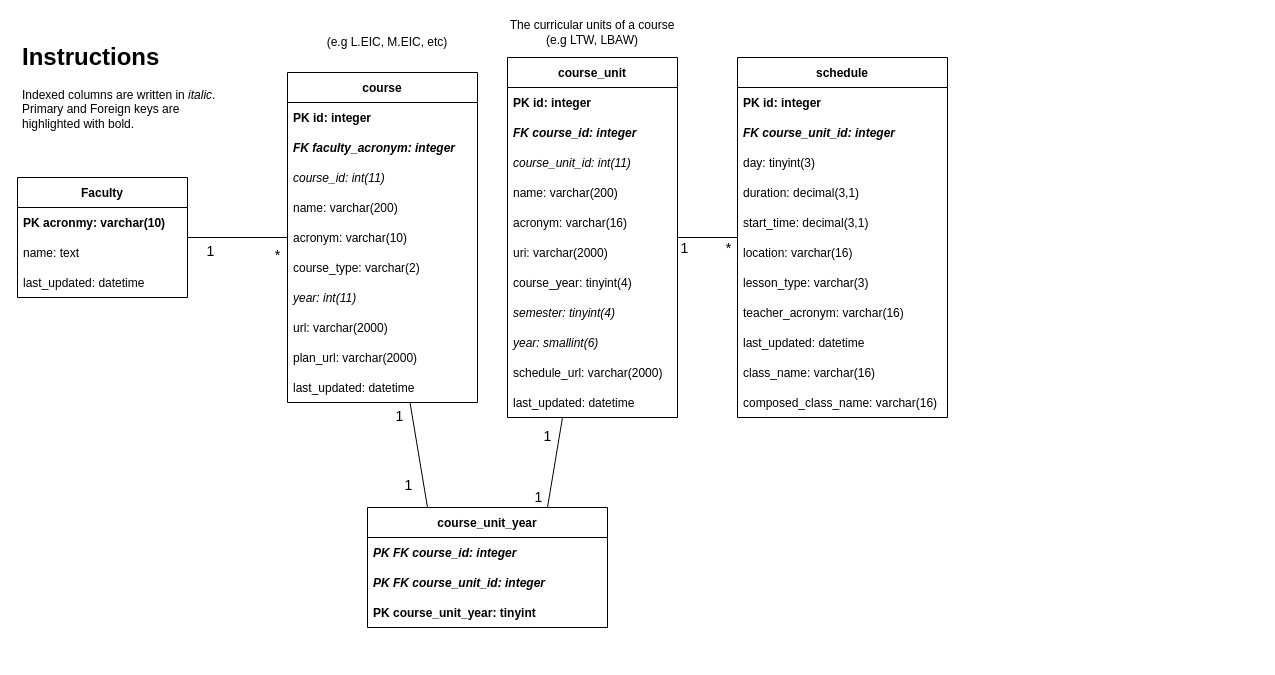
NIAEFEUP/uporto-schedule-scrapper keeps this draw.io diagram as docs/schema.drawio. Above is the earlier version. Source tidied: cells renumbered, new cells numbered last; positions are measured from the earlier drawing's top-left corner, leaving out a move shared by most shapes. Both pictures are drawn from the tidied source at 100%, with x=0, y=0 at pixel (17, 17).
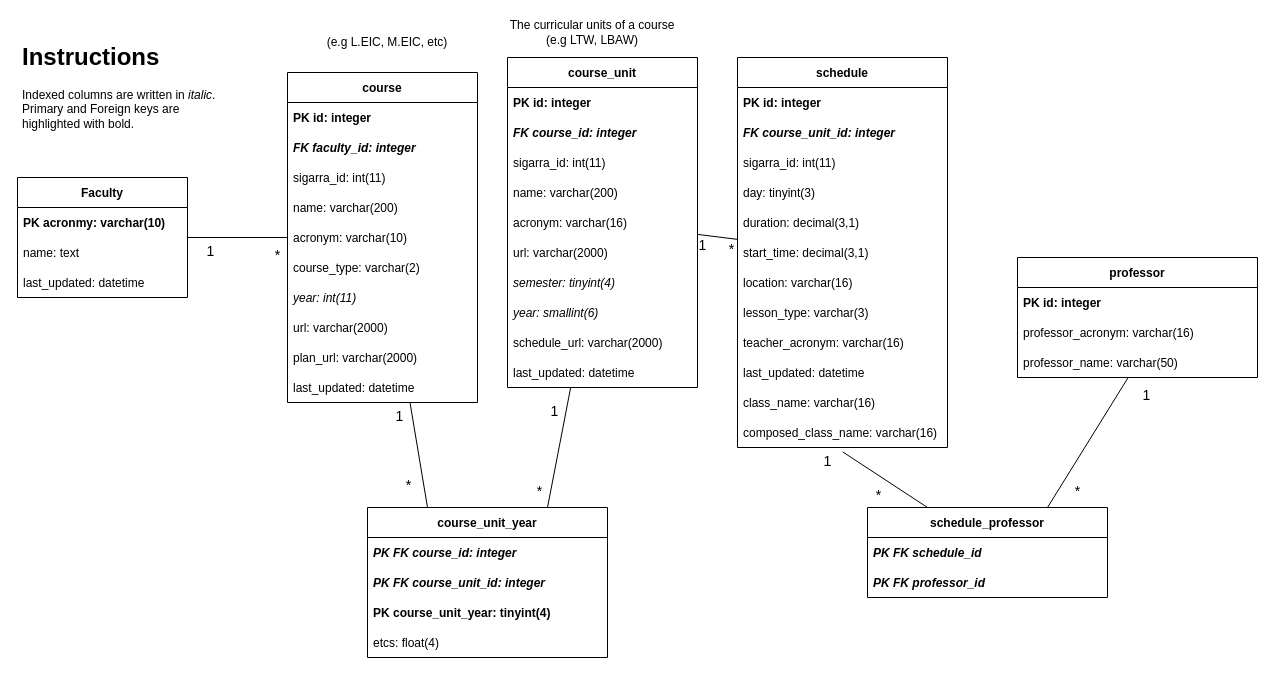
The same page after the edit.

The change refers to these unchanged cells:
```xml
<mxCell id="31" value="course" style="swimlane;fontStyle=1;horizontal=1;startSize=30;" parent="1" vertex="1">
  <mxGeometry x="270" y="55" width="190" height="330" as="geometry" />
</mxCell>
<mxCell id="54" style="endArrow=none;html=1;rounded=0;exitX=0.25;exitY=0;exitDx=0;exitDy=0;" parent="1" edge="1" source="50" target="31">
  <mxGeometry relative="1" as="geometry" />
</mxCell>
<mxCell id="57" style="endArrow=none;html=1;rounded=0;exitX=0.75;exitY=0;exitDx=0;exitDy=0;" parent="1" edge="1" source="50" target="2">
  <mxGeometry relative="1" as="geometry" />
</mxCell>
```

The edit, as a diff of the source:
```diff
@@
     <mxCell id="2" value="course_unit" style="swimlane;fontStyle=1;horizontal=1;startSize=30;" parent="1" vertex="1">
-      <mxGeometry x="490" y="40" width="170" height="360" as="geometry" />
+      <mxGeometry x="490" y="40" width="190" height="330" as="geometry" />
     </mxCell>
     <mxCell id="3" value="PK id: integer" style="text;strokeColor=none;fillColor=none;align=left;verticalAlign=middle;spacingLeft=4;spacingRight=4;overflow=hidden;fontStyle=1;" parent="2" vertex="1">
-      <mxGeometry y="30" width="170" height="30" as="geometry" />
+      <mxGeometry y="30" width="190" height="30" as="geometry" />
     </mxCell>
     <mxCell id="4" value="FK course_id: integer" style="text;strokeColor=none;fillColor=none;align=left;verticalAlign=middle;spacingLeft=4;spacingRight=4;overflow=hidden;fontStyle=3;" parent="2" vertex="1">
-      <mxGeometry y="60" width="170" height="30" as="geometry" />
+      <mxGeometry y="60" width="190" height="30" as="geometry" />
     </mxCell>
-    <mxCell id="5" value="course_unit_id: int(11)" style="text;strokeColor=none;fillColor=none;align=left;verticalAlign=middle;spacingLeft=4;spacingRight=4;overflow=hidden;fontStyle=2;" parent="2" vertex="1">
-      <mxGeometry y="90" width="170" height="30" as="geometry" />
+    <mxCell id="5" value="sigarra_id: int(11)" style="text;strokeColor=none;fillColor=none;align=left;verticalAlign=middle;spacingLeft=4;spacingRight=4;overflow=hidden;fontStyle=0;" parent="2" vertex="1">
+      <mxGeometry y="90" width="190" height="30" as="geometry" />
     </mxCell>
     <mxCell id="6" value="name: varchar(200)" style="text;strokeColor=none;fillColor=none;align=left;verticalAlign=middle;spacingLeft=4;spacingRight=4;overflow=hidden;" parent="2" vertex="1">
-      <mxGeometry y="120" width="170" height="30" as="geometry" />
+      <mxGeometry y="120" width="190" height="30" as="geometry" />
     </mxCell>
     <mxCell id="7" value="acronym: varchar(16)" style="text;strokeColor=none;fillColor=none;align=left;verticalAlign=middle;spacingLeft=4;spacingRight=4;overflow=hidden;" parent="2" vertex="1">
-      <mxGeometry y="150" width="170" height="30" as="geometry" />
+      <mxGeometry y="150" width="190" height="30" as="geometry" />
     </mxCell>
-    <mxCell id="8" value="uri: varchar(2000)" style="text;strokeColor=none;fillColor=none;align=left;verticalAlign=middle;spacingLeft=4;spacingRight=4;overflow=hidden;" parent="2" vertex="1">
-      <mxGeometry y="180" width="170" height="30" as="geometry" />
+    <mxCell id="8" value="url: varchar(2000)" style="text;strokeColor=none;fillColor=none;align=left;verticalAlign=middle;spacingLeft=4;spacingRight=4;overflow=hidden;" parent="2" vertex="1">
+      <mxGeometry y="180" width="190" height="30" as="geometry" />
     </mxCell>
-    <mxCell id="9" value="course_year: tinyint(4)" style="text;strokeColor=none;fillColor=none;align=left;verticalAlign=middle;spacingLeft=4;spacingRight=4;overflow=hidden;" parent="2" vertex="1">
-      <mxGeometry y="210" width="170" height="30" as="geometry" />
-    </mxCell>
     <mxCell id="10" value="semester: tinyint(4)" style="text;strokeColor=none;fillColor=none;align=left;verticalAlign=middle;spacingLeft=4;spacingRight=4;overflow=hidden;fontStyle=2;" parent="2" vertex="1">
-      <mxGeometry y="240" width="170" height="30" as="geometry" />
+      <mxGeometry y="210" width="190" height="30" as="geometry" />
     </mxCell>
     <mxCell id="11" value="year: smallint(6)" style="text;strokeColor=none;fillColor=none;align=left;verticalAlign=middle;spacingLeft=4;spacingRight=4;overflow=hidden;fontStyle=2;" parent="2" vertex="1">
-      <mxGeometry y="270" width="170" height="30" as="geometry" />
+      <mxGeometry y="240" width="190" height="30" as="geometry" />
     </mxCell>
     <mxCell id="12" value="schedule_url: varchar(2000)" style="text;strokeColor=none;fillColor=none;align=left;verticalAlign=middle;spacingLeft=4;spacingRight=4;overflow=hidden;" parent="2" vertex="1">
-      <mxGeometry y="300" width="170" height="30" as="geometry" />
+      <mxGeometry y="270" width="190" height="30" as="geometry" />
     </mxCell>
     <mxCell id="13" value="last_updated: datetime" style="text;strokeColor=none;fillColor=none;align=left;verticalAlign=middle;spacingLeft=4;spacingRight=4;overflow=hidden;" parent="2" vertex="1">
-      <mxGeometry y="330" width="170" height="30" as="geometry" />
+      <mxGeometry y="300" width="190" height="30" as="geometry" />
     </mxCell>
@@
     <mxCell id="19" value="schedule" style="swimlane;fontStyle=1;horizontal=1;startSize=30;" parent="1" vertex="1">
-      <mxGeometry x="720" y="40" width="210" height="360" as="geometry" />
+      <mxGeometry x="720" y="40" width="210" height="390" as="geometry" />
     </mxCell>
@@
+    <mxCell id="60" value="sigarra_id: int(11)" style="text;strokeColor=none;fillColor=none;align=left;verticalAlign=middle;spacingLeft=4;spacingRight=4;overflow=hidden;fontStyle=0;" parent="19" vertex="1">
+      <mxGeometry y="90" width="210" height="30" as="geometry" />
+    </mxCell>
     <mxCell id="22" value="day: tinyint(3)" style="text;strokeColor=none;fillColor=none;align=left;verticalAlign=middle;spacingLeft=4;spacingRight=4;overflow=hidden;" parent="19" vertex="1">
-      <mxGeometry y="90" width="210" height="30" as="geometry" />
+      <mxGeometry y="120" width="210" height="30" as="geometry" />
     </mxCell>
     <mxCell id="23" value="duration: decimal(3,1)" style="text;strokeColor=none;fillColor=none;align=left;verticalAlign=middle;spacingLeft=4;spacingRight=4;overflow=hidden;" parent="19" vertex="1">
-      <mxGeometry y="120" width="210" height="30" as="geometry" />
+      <mxGeometry y="150" width="210" height="30" as="geometry" />
     </mxCell>
     <mxCell id="24" value="start_time: decimal(3,1)" style="text;strokeColor=none;fillColor=none;align=left;verticalAlign=middle;spacingLeft=4;spacingRight=4;overflow=hidden;" parent="19" vertex="1">
-      <mxGeometry y="150" width="210" height="30" as="geometry" />
+      <mxGeometry y="180" width="210" height="30" as="geometry" />
     </mxCell>
     <mxCell id="25" value="location: varchar(16)" style="text;strokeColor=none;fillColor=none;align=left;verticalAlign=middle;spacingLeft=4;spacingRight=4;overflow=hidden;" parent="19" vertex="1">
-      <mxGeometry y="180" width="210" height="30" as="geometry" />
+      <mxGeometry y="210" width="210" height="30" as="geometry" />
     </mxCell>
     <mxCell id="26" value="lesson_type: varchar(3)" style="text;strokeColor=none;fillColor=none;align=left;verticalAlign=middle;spacingLeft=4;spacingRight=4;overflow=hidden;" parent="19" vertex="1">
-      <mxGeometry y="210" width="210" height="30" as="geometry" />
+      <mxGeometry y="240" width="210" height="30" as="geometry" />
     </mxCell>
     <mxCell id="27" value="teacher_acronym: varchar(16)" style="text;strokeColor=none;fillColor=none;align=left;verticalAlign=middle;spacingLeft=4;spacingRight=4;overflow=hidden;" parent="19" vertex="1">
-      <mxGeometry y="240" width="210" height="30" as="geometry" />
+      <mxGeometry y="270" width="210" height="30" as="geometry" />
     </mxCell>
     <mxCell id="28" value="last_updated: datetime" style="text;strokeColor=none;fillColor=none;align=left;verticalAlign=middle;spacingLeft=4;spacingRight=4;overflow=hidden;" parent="19" vertex="1">
-      <mxGeometry y="270" width="210" height="30" as="geometry" />
+      <mxGeometry y="300" width="210" height="30" as="geometry" />
     </mxCell>
     <mxCell id="29" value="class_name: varchar(16)" style="text;strokeColor=none;fillColor=none;align=left;verticalAlign=middle;spacingLeft=4;spacingRight=4;overflow=hidden;" parent="19" vertex="1">
-      <mxGeometry y="300" width="210" height="30" as="geometry" />
+      <mxGeometry y="330" width="210" height="30" as="geometry" />
     </mxCell>
     <mxCell id="30" value="composed_class_name: varchar(16)" style="text;strokeColor=none;fillColor=none;align=left;verticalAlign=middle;spacingLeft=4;spacingRight=4;overflow=hidden;points=[[0,0.5],[1,0.5]];portConstraint=eastwest;" parent="19" vertex="1">
-      <mxGeometry y="330" width="210" height="30" as="geometry" />
+      <mxGeometry y="360" width="210" height="30" as="geometry" />
     </mxCell>
@@
-    <mxCell id="33" value="FK faculty_acronym: integer" style="text;strokeColor=none;fillColor=none;align=left;verticalAlign=middle;spacingLeft=4;spacingRight=4;overflow=hidden;fontStyle=3;" parent="31" vertex="1">
+    <mxCell id="33" value="FK faculty_id: integer" style="text;strokeColor=none;fillColor=none;align=left;verticalAlign=middle;spacingLeft=4;spacingRight=4;overflow=hidden;fontStyle=3;" parent="31" vertex="1">
       <mxGeometry y="60" width="190" height="30" as="geometry" />
     </mxCell>
-    <mxCell id="34" value="course_id: int(11)" style="text;strokeColor=none;fillColor=none;align=left;verticalAlign=middle;spacingLeft=4;spacingRight=4;overflow=hidden;fontStyle=2;" parent="31" vertex="1">
+    <mxCell id="34" value="sigarra_id: int(11)" style="text;strokeColor=none;fillColor=none;align=left;verticalAlign=middle;spacingLeft=4;spacingRight=4;overflow=hidden;fontStyle=0;" parent="31" vertex="1">
       <mxGeometry y="90" width="190" height="30" as="geometry" />
     </mxCell>
@@
     <mxCell id="50" value="course_unit_year" style="swimlane;fontStyle=1;horizontal=1;startSize=30;" parent="1" vertex="1">
-      <mxGeometry x="350" y="490" width="240" height="120" as="geometry" />
+      <mxGeometry x="350" y="490" width="240" height="150" as="geometry" />
     </mxCell>
@@
-    <mxCell id="53" value="PK course_unit_year: tinyint" style="text;strokeColor=none;fillColor=none;align=left;verticalAlign=middle;spacingLeft=4;spacingRight=4;overflow=hidden;fontStyle=1;" parent="50" vertex="1">
+    <mxCell id="53" value="PK course_unit_year: tinyint(4)" style="text;strokeColor=none;fillColor=none;align=left;verticalAlign=middle;spacingLeft=4;spacingRight=4;overflow=hidden;fontStyle=1;" parent="50" vertex="1">
       <mxGeometry y="90" width="240" height="30" as="geometry" />
     </mxCell>
+    <mxCell id="61" value="etcs: float(4) " style="text;strokeColor=none;fillColor=none;align=left;verticalAlign=middle;spacingLeft=4;spacingRight=4;overflow=hidden;fontStyle=0;" parent="50" vertex="1">
+      <mxGeometry y="120" width="240" height="30" as="geometry" />
+    </mxCell>
@@
-    <mxCell id="56" value="1" style="edgeLabel;html=1;align=center;verticalAlign=middle;fontSize=14;" parent="54" vertex="1">
+    <mxCell id="56" value="*" style="edgeLabel;html=1;align=center;verticalAlign=middle;fontSize=14;" parent="54" vertex="1">
       <mxGeometry x="-0.59" y="-2" relative="1" as="geometry">
         <mxPoint x="-18" as="offset" />
       </mxGeometry>
     </mxCell>
@@
-    <mxCell id="59" value="1" style="edgeLabel;html=1;align=center;verticalAlign=middle;fontSize=14;" parent="57" vertex="1">
+    <mxCell id="59" value="*" style="edgeLabel;html=1;align=center;verticalAlign=middle;fontSize=14;" parent="57" vertex="1">
       <mxGeometry x="-0.61" y="3" relative="1" as="geometry">
         <mxPoint x="-10" y="8" as="offset" />
       </mxGeometry>
     </mxCell>
+    <mxCell id="62" value="professor" style="swimlane;fontStyle=1;horizontal=1;startSize=30;" parent="1" vertex="1">
+      <mxGeometry x="1000" y="240" width="240" height="120" as="geometry" />
+    </mxCell>
+    <mxCell id="63" value="PK id: integer" style="text;strokeColor=none;fillColor=none;align=left;verticalAlign=middle;spacingLeft=4;spacingRight=4;overflow=hidden;fontStyle=1;" parent="62" vertex="1">
+      <mxGeometry y="30" width="240" height="30" as="geometry" />
+    </mxCell>
+    <mxCell id="64" value="professor_acronym: varchar(16)" style="text;strokeColor=none;fillColor=none;align=left;verticalAlign=middle;spacingLeft=4;spacingRight=4;overflow=hidden;fontStyle=0;" parent="62" vertex="1">
+      <mxGeometry y="60" width="240" height="30" as="geometry" />
+    </mxCell>
+    <mxCell id="65" value="professor_name: varchar(50)" style="text;strokeColor=none;fillColor=none;align=left;verticalAlign=middle;spacingLeft=4;spacingRight=4;overflow=hidden;points=[[0,0.5],[1,0.5]];portConstraint=eastwest;fontStyle=0;" parent="62" vertex="1">
+      <mxGeometry y="90" width="240" height="30" as="geometry" />
+    </mxCell>
+    <mxCell id="66" value="schedule_professor" style="swimlane;fontStyle=1;horizontal=1;startSize=30;" parent="1" vertex="1">
+      <mxGeometry x="850" y="490" width="240" height="90" as="geometry" />
+    </mxCell>
+    <mxCell id="67" value="PK FK schedule_id" style="text;strokeColor=none;fillColor=none;align=left;verticalAlign=middle;spacingLeft=4;spacingRight=4;overflow=hidden;fontStyle=3;" parent="66" vertex="1">
+      <mxGeometry y="30" width="240" height="30" as="geometry" />
+    </mxCell>
+    <mxCell id="68" value="PK FK professor_id" style="text;strokeColor=none;fillColor=none;align=left;verticalAlign=middle;spacingLeft=4;spacingRight=4;overflow=hidden;fontStyle=3;" parent="66" vertex="1">
+      <mxGeometry y="60" width="240" height="30" as="geometry" />
+    </mxCell>
+    <mxCell id="69" style="endArrow=none;html=1;entryX=0.501;entryY=1.146;entryDx=0;entryDy=0;entryPerimeter=0;exitX=0.25;exitY=0;exitDx=0;exitDy=0;" parent="1" edge="1" source="66" target="30">
+      <mxGeometry relative="1" as="geometry" />
+    </mxCell>
+    <mxCell id="70" value="&lt;span style=&quot;font-size: 14px;&quot;&gt;*&lt;/span&gt;" style="edgeLabel;html=1;align=center;verticalAlign=middle;" parent="69" vertex="1">
+      <mxGeometry x="-0.57" y="-1" relative="1" as="geometry">
+        <mxPoint x="-32" as="offset" />
+      </mxGeometry>
+    </mxCell>
+    <mxCell id="71" value="&lt;font style=&quot;font-size: 14px;&quot;&gt;1&lt;/font&gt;" style="edgeLabel;html=1;align=center;verticalAlign=middle;" parent="69" vertex="1">
+      <mxGeometry x="0.65" relative="1" as="geometry">
+        <mxPoint x="-30" as="offset" />
+      </mxGeometry>
+    </mxCell>
+    <mxCell id="72" style="endArrow=none;html=1;exitX=0.75;exitY=0;exitDx=0;exitDy=0;" parent="1" edge="1" source="66" target="65">
+      <mxGeometry relative="1" as="geometry" />
+    </mxCell>
+    <mxCell id="73" value="&lt;span style=&quot;font-size: 14px;&quot;&gt;*&lt;/span&gt;" style="edgeLabel;html=1;align=center;verticalAlign=middle;" parent="72" vertex="1">
+      <mxGeometry x="-0.79" y="-3" relative="1" as="geometry">
+        <mxPoint x="19" y="-4" as="offset" />
+      </mxGeometry>
+    </mxCell>
+    <mxCell id="74" value="&lt;font style=&quot;font-size: 14px;&quot;&gt;1&lt;/font&gt;" style="edgeLabel;html=1;align=center;verticalAlign=middle;" parent="72" vertex="1">
+      <mxGeometry x="0.83" y="-4" relative="1" as="geometry">
+        <mxPoint x="21" y="4" as="offset" />
+      </mxGeometry>
+    </mxCell>
+    <mxCell id="75" style="text;strokeColor=none;fillColor=none;align=left;verticalAlign=middle;spacingLeft=4;spacingRight=4;overflow=hidden;fontStyle=3;" parent="1" vertex="1">
+      <mxGeometry x="350" y="520" width="240" height="30" as="geometry" />
+    </mxCell>
```
